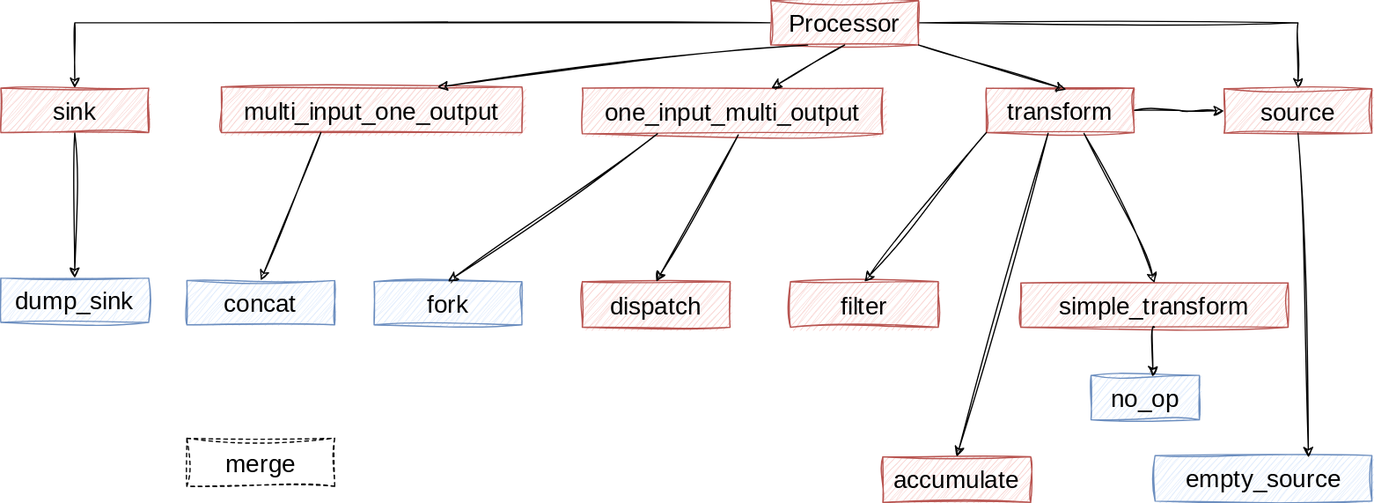
The draw.io diagram nodes.drawio.svg in chloro-pn/draw_io_repo, before a commit. Source tidied: cells renumbered, new cells last; positions are measured from the earlier drawing's top-left corner, leaving out a move shared by most shapes.
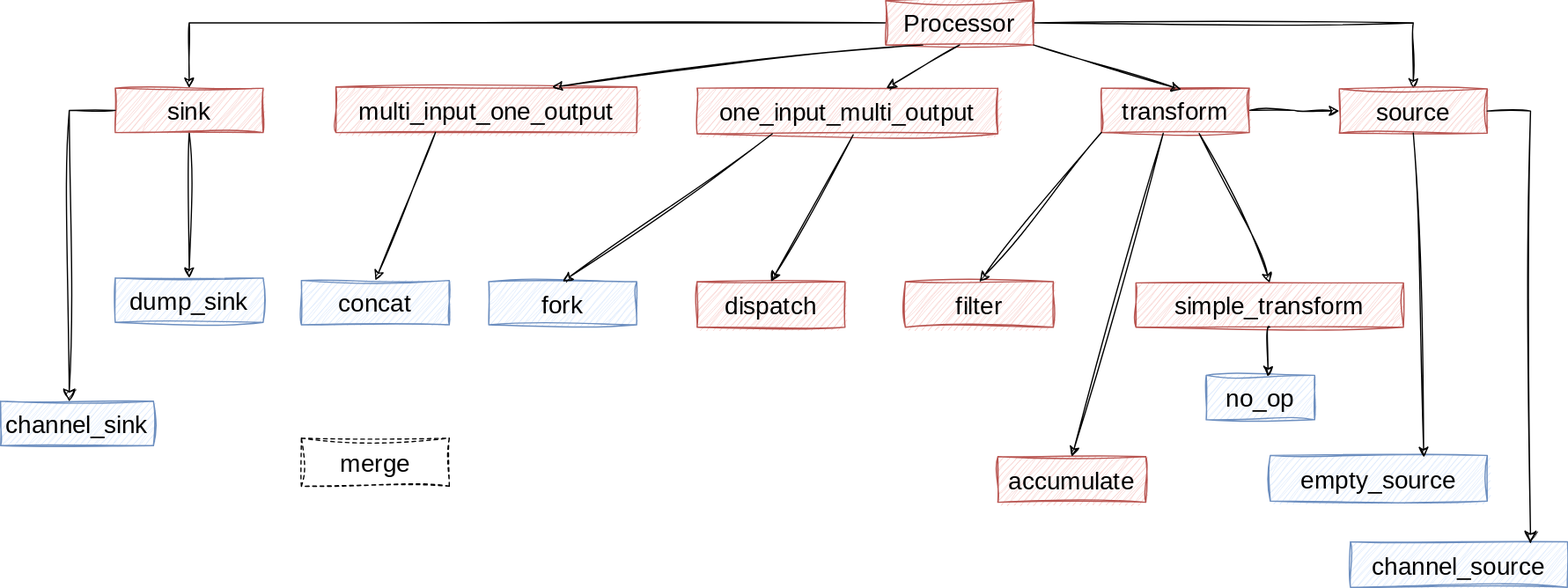
The same file after the commit.

Change to the diagram source:
```diff
@@ -99,5 +99,17 @@
     <mxCell id="32" style="endArrow=classic;html=1;rounded=0;sketch=1;hachureGap=4;jiggle=2;curveFitting=1;fontFamily=Architects Daughter;fontSource=https%3A%2F%2Ffonts.googleapis.com%2Fcss%3Ffamily%3DArchitects%2BDaughter;fontSize=16;exitX=0.5;exitY=1;exitDx=0;exitDy=0;entryX=0.708;entryY=0.042;entryDx=0;entryDy=0;entryPerimeter=0;" parent="1" edge="1" source="9" target="18">
       <mxGeometry relative="1" as="geometry" />
     </mxCell>
+    <mxCell id="33" value="channel_sink" style="rounded=0;whiteSpace=wrap;html=1;sketch=1;hachureGap=4;jiggle=2;curveFitting=1;fontFamily=Architects Daughter;fontSource=https%3A%2F%2Ffonts.googleapis.com%2Fcss%3Ffamily%3DArchitects%2BDaughter;fontSize=20;fillColor=#dae8fc;strokeColor=#6c8ebf;" parent="1" vertex="1">
+      <mxGeometry x="-93" y="325" width="124" height="36" as="geometry" />
+    </mxCell>
+    <mxCell id="34" value="channel_source" style="rounded=0;whiteSpace=wrap;html=1;sketch=1;hachureGap=4;jiggle=2;curveFitting=1;fontFamily=Architects Daughter;fontSource=https%3A%2F%2Ffonts.googleapis.com%2Fcss%3Ffamily%3DArchitects%2BDaughter;fontSize=20;fillColor=#dae8fc;strokeColor=#6c8ebf;" parent="1" vertex="1">
+      <mxGeometry x="1002" y="439" width="176" height="37" as="geometry" />
+    </mxCell>
+    <mxCell id="35" style="edgeStyle=segmentEdgeStyle;endArrow=classic;html=1;curved=0;rounded=0;endSize=8;startSize=8;sketch=1;hachureGap=4;jiggle=2;curveFitting=1;fontFamily=Architects Daughter;fontSource=https%3A%2F%2Ffonts.googleapis.com%2Fcss%3Ffamily%3DArchitects%2BDaughter;fontSize=16;exitX=0;exitY=0.5;exitDx=0;exitDy=0;entryX=0.449;entryY=0.009;entryDx=0;entryDy=0;entryPerimeter=0;" parent="1" edge="1" source="8" target="33">
+      <mxGeometry relative="1" as="geometry" />
+    </mxCell>
+    <mxCell id="36" style="edgeStyle=segmentEdgeStyle;endArrow=classic;html=1;curved=0;rounded=0;endSize=8;startSize=8;sketch=1;hachureGap=4;jiggle=2;curveFitting=1;fontFamily=Architects Daughter;fontSource=https%3A%2F%2Ffonts.googleapis.com%2Fcss%3Ffamily%3DArchitects%2BDaughter;fontSize=16;exitX=1;exitY=0.5;exitDx=0;exitDy=0;entryX=0.83;entryY=0.045;entryDx=0;entryDy=0;entryPerimeter=0;" parent="1" edge="1" source="9" target="34">
+      <mxGeometry relative="1" as="geometry" />
+    </mxCell>
   </root>
 </mxGraphModel>
```
